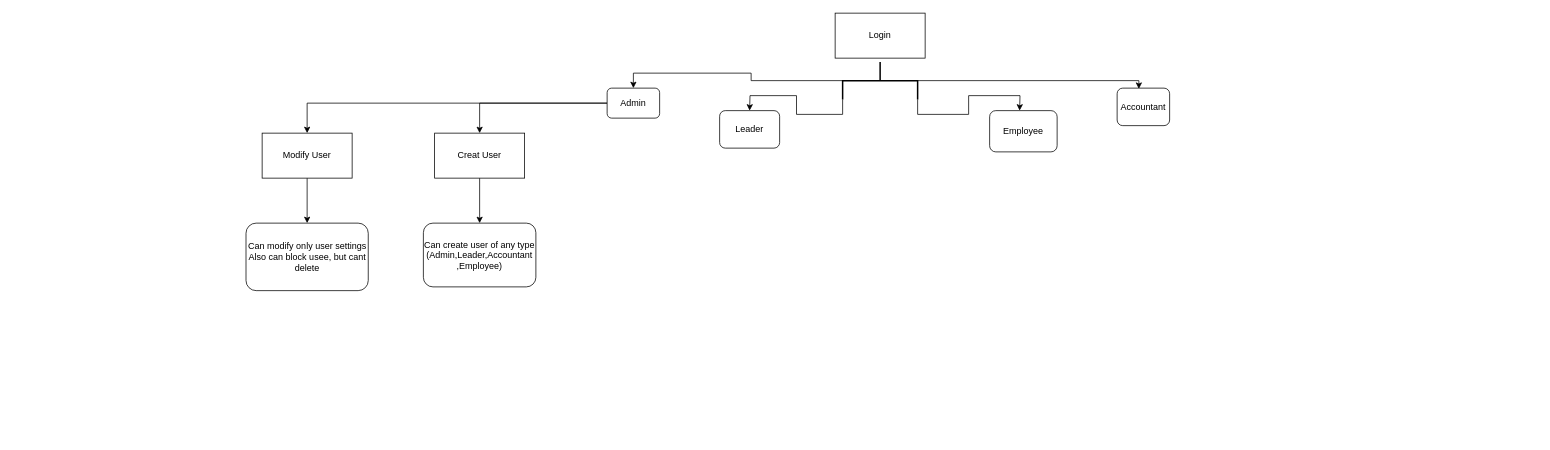
The draw.io diagram Untitled Diagram.drawio in svmr2021/OsgCrm, before the edit. Source tidied: cells renumbered, new cells numbered last; positions are measured from the earlier drawing's top-left corner, leaving out a move shared by most shapes. Both pictures are drawn from the tidied source at 75%, with x=0, y=0 at pixel (245, 13).
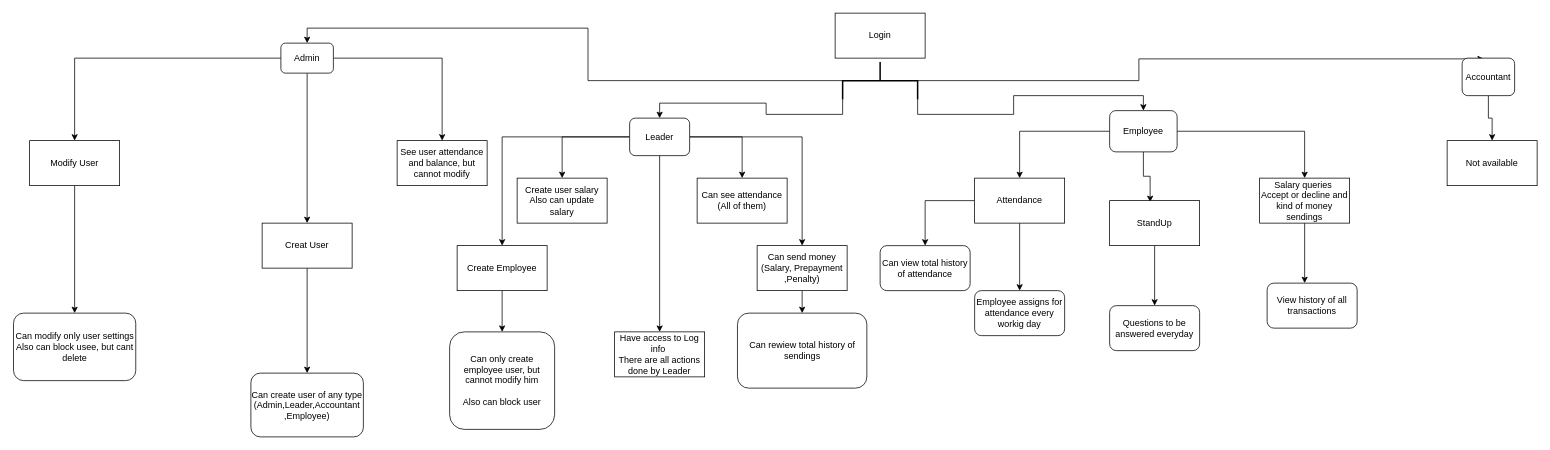
After the change.

Unchanged cells that the change refers to:
```xml
<mxCell id="7" style="strokeWidth=2;html=1;shape=mxgraph.flowchart.annotation_2;align=left;labelPosition=right;rotation=90;" parent="1" vertex="1">
  <mxGeometry x="821" y="40" width="50" height="100" as="geometry" />
</mxCell>
```

Diff of the diagram source:
```diff
@@
-    <mxCell id="5" style="edgeStyle=orthogonalEdgeStyle;rounded=0;jettySize=auto;html=1;exitX=1;exitY=1;exitDx=0;exitDy=0;exitPerimeter=0;" parent="1" edge="1" source="7">
-      <mxGeometry relative="1" as="geometry">
-        <mxPoint x="672" y="130" as="targetPoint" />
-      </mxGeometry>
+    <mxCell id="5" style="edgeStyle=orthogonalEdgeStyle;rounded=0;jettySize=auto;html=1;exitX=1;exitY=1;exitDx=0;exitDy=0;exitPerimeter=0;entryX=0.5;entryY=0;entryDx=0;entryDy=0;" parent="1" edge="1" source="7" target="11">
+      <mxGeometry relative="1" as="geometry" />
     </mxCell>
-    <mxCell id="6" style="edgeStyle=orthogonalEdgeStyle;rounded=0;jettySize=auto;html=1;exitX=1;exitY=0;exitDx=0;exitDy=0;exitPerimeter=0;" parent="1" edge="1" source="7">
-      <mxGeometry relative="1" as="geometry">
-        <mxPoint x="1032" y="130" as="targetPoint" />
-      </mxGeometry>
+    <mxCell id="6" style="edgeStyle=orthogonalEdgeStyle;rounded=0;jettySize=auto;html=1;exitX=1;exitY=0;exitDx=0;exitDy=0;exitPerimeter=0;entryX=0.5;entryY=0;entryDx=0;entryDy=0;" parent="1" edge="1" source="7" target="13">
+      <mxGeometry relative="1" as="geometry" />
     </mxCell>
@@
+    <mxCell id="20" style="edgeStyle=orthogonalEdgeStyle;rounded=0;jettySize=auto;html=1;entryX=0.5;entryY=0;entryDx=0;entryDy=0;" parent="1" edge="1" source="10" target="30">
+      <mxGeometry relative="1" as="geometry" />
+    </mxCell>
     <mxCell id="10" value="Admin" style="rounded=1;whiteSpace=wrap;html=1;" parent="1" vertex="1">
-      <mxGeometry x="482" y="100" width="70" height="40" as="geometry" />
+      <mxGeometry x="47" y="40" width="70" height="40" as="geometry" />
     </mxCell>
+    <mxCell id="21" style="edgeStyle=orthogonalEdgeStyle;rounded=0;jettySize=auto;html=1;entryX=0.5;entryY=0;entryDx=0;entryDy=0;" parent="1" edge="1" source="11" target="32">
+      <mxGeometry relative="1" as="geometry" />
+    </mxCell>
+    <mxCell id="22" style="edgeStyle=orthogonalEdgeStyle;rounded=0;jettySize=auto;html=1;entryX=0.5;entryY=0;entryDx=0;entryDy=0;" parent="1" edge="1" source="11" target="34">
+      <mxGeometry relative="1" as="geometry" />
+    </mxCell>
+    <mxCell id="23" style="edgeStyle=orthogonalEdgeStyle;rounded=0;jettySize=auto;html=1;exitX=1;exitY=0.5;exitDx=0;exitDy=0;" parent="1" edge="1" source="11" target="36">
+      <mxGeometry relative="1" as="geometry" />
+    </mxCell>
+    <mxCell id="24" style="edgeStyle=orthogonalEdgeStyle;rounded=0;jettySize=auto;html=1;entryX=0.5;entryY=0;entryDx=0;entryDy=0;" parent="1" edge="1" source="11" target="38">
+      <mxGeometry relative="1" as="geometry" />
+    </mxCell>
+    <mxCell id="25" style="edgeStyle=orthogonalEdgeStyle;rounded=0;jettySize=auto;html=1;entryX=0.5;entryY=0;entryDx=0;entryDy=0;" parent="1" edge="1" source="11" target="39">
+      <mxGeometry relative="1" as="geometry" />
+    </mxCell>
     <mxCell id="11" value="Leader" style="rounded=1;whiteSpace=wrap;html=1;" parent="1" vertex="1">
-      <mxGeometry x="632" y="130" width="80" height="50" as="geometry" />
+      <mxGeometry x="512" y="140" width="80" height="50" as="geometry" />
     </mxCell>
+    <mxCell id="26" style="edgeStyle=orthogonalEdgeStyle;rounded=0;jettySize=auto;html=1;" parent="1" edge="1" source="12" target="51">
+      <mxGeometry relative="1" as="geometry" />
+    </mxCell>
     <mxCell id="12" value="Accountant" style="rounded=1;whiteSpace=wrap;html=1;" parent="1" vertex="1">
-      <mxGeometry x="1162" y="100" width="70" height="50" as="geometry" />
+      <mxGeometry x="1622" y="60" width="70" height="50" as="geometry" />
     </mxCell>
+    <mxCell id="27" style="edgeStyle=orthogonalEdgeStyle;rounded=0;jettySize=auto;html=1;" parent="1" edge="1" source="13" target="42">
+      <mxGeometry relative="1" as="geometry" />
+    </mxCell>
+    <mxCell id="28" style="edgeStyle=orthogonalEdgeStyle;rounded=0;jettySize=auto;html=1;entryX=0.45;entryY=0.033;entryDx=0;entryDy=0;entryPerimeter=0;" parent="1" edge="1" source="13" target="45">
+      <mxGeometry relative="1" as="geometry" />
+    </mxCell>
+    <mxCell id="29" style="edgeStyle=orthogonalEdgeStyle;rounded=0;jettySize=auto;html=1;entryX=0.5;entryY=0;entryDx=0;entryDy=0;" parent="1" edge="1" source="13" target="48">
+      <mxGeometry relative="1" as="geometry" />
+    </mxCell>
     <mxCell id="13" value="Employee" style="rounded=1;whiteSpace=wrap;html=1;" parent="1" vertex="1">
-      <mxGeometry x="992" y="130" width="90" height="55" as="geometry" />
+      <mxGeometry x="1152" y="130" width="90" height="55" as="geometry" />
     </mxCell>
@@
     <mxCell id="15" value="Creat User" style="rounded=0;whiteSpace=wrap;html=1;" parent="1" vertex="1">
-      <mxGeometry x="252" y="160" width="120" height="60" as="geometry" />
+      <mxGeometry x="22" y="280" width="120" height="60" as="geometry" />
     </mxCell>
@@
     <mxCell id="17" value="Modify User" style="rounded=0;whiteSpace=wrap;html=1;" parent="1" vertex="1">
-      <mxGeometry x="22" y="160" width="120" height="60" as="geometry" />
+      <mxGeometry x="-288" y="170" width="120" height="60" as="geometry" />
     </mxCell>
     <mxCell id="18" value="Can modify only user settings&lt;br&gt;Also can block usee, but cant delete" style="rounded=1;whiteSpace=wrap;html=1;" parent="1" vertex="1">
-      <mxGeometry x="0.5" y="280" width="163" height="90" as="geometry" />
+      <mxGeometry x="-309.5" y="400" width="163" height="90" as="geometry" />
     </mxCell>
     <mxCell id="19" value="Can create user of any type (Admin,Leader,Accountant&lt;br&gt;,Employee)" style="rounded=1;whiteSpace=wrap;html=1;" parent="1" vertex="1">
-      <mxGeometry x="237" y="280" width="150" height="85" as="geometry" />
+      <mxGeometry x="7" y="480" width="150" height="85" as="geometry" />
     </mxCell>
+    <mxCell id="30" value="See user attendance and balance, but cannot modify" style="rounded=0;whiteSpace=wrap;html=1;" parent="1" vertex="1">
+      <mxGeometry x="202" y="170" width="120" height="60" as="geometry" />
+    </mxCell>
+    <mxCell id="31" style="edgeStyle=orthogonalEdgeStyle;rounded=0;jettySize=auto;html=1;entryX=0;entryY=0.5;entryDx=0;entryDy=0;" parent="1" edge="1" source="32" target="33">
+      <mxGeometry relative="1" as="geometry" />
+    </mxCell>
+    <mxCell id="32" value="Create Employee" style="rounded=0;whiteSpace=wrap;html=1;" parent="1" vertex="1">
+      <mxGeometry x="282" y="310" width="120" height="60" as="geometry" />
+    </mxCell>
+    <mxCell id="33" value="Can only create employee user, but cannot modify him&lt;br&gt;&lt;br&gt;Also can block user" style="rounded=1;whiteSpace=wrap;html=1;direction=south;" parent="1" vertex="1">
+      <mxGeometry x="272" y="425" width="140" height="130" as="geometry" />
+    </mxCell>
+    <mxCell id="34" value="Create user salary&lt;br&gt;Also can update salary" style="rounded=0;whiteSpace=wrap;html=1;" parent="1" vertex="1">
+      <mxGeometry x="362" y="220" width="120" height="60" as="geometry" />
+    </mxCell>
+    <mxCell id="35" style="edgeStyle=orthogonalEdgeStyle;rounded=0;jettySize=auto;html=1;exitX=0.5;exitY=1;exitDx=0;exitDy=0;entryX=0.5;entryY=0;entryDx=0;entryDy=0;" parent="1" edge="1" source="36" target="37">
+      <mxGeometry relative="1" as="geometry" />
+    </mxCell>
+    <mxCell id="36" value="Can send money&lt;br&gt;(Salary, Prepayment&lt;br&gt;,Penalty)" style="rounded=0;whiteSpace=wrap;html=1;" parent="1" vertex="1">
+      <mxGeometry x="682" y="310" width="120" height="60" as="geometry" />
+    </mxCell>
+    <mxCell id="37" value="Can rewiew total history of sendings&lt;br&gt;" style="rounded=1;whiteSpace=wrap;html=1;" parent="1" vertex="1">
+      <mxGeometry x="655.8" y="400" width="172.5" height="100" as="geometry" />
+    </mxCell>
+    <mxCell id="38" value="Can see attendance&lt;br&gt;(All of them)" style="rounded=0;whiteSpace=wrap;html=1;" parent="1" vertex="1">
+      <mxGeometry x="602" y="220" width="120" height="60" as="geometry" />
+    </mxCell>
+    <mxCell id="39" value="Have access to Log info&amp;nbsp;&lt;br&gt;There are all actions done by Leader" style="rounded=0;whiteSpace=wrap;html=1;" parent="1" vertex="1">
+      <mxGeometry x="492" y="425" width="120" height="60" as="geometry" />
+    </mxCell>
+    <mxCell id="40" style="edgeStyle=orthogonalEdgeStyle;rounded=0;jettySize=auto;html=1;" parent="1" edge="1" source="42" target="43">
+      <mxGeometry relative="1" as="geometry" />
+    </mxCell>
+    <mxCell id="41" style="edgeStyle=orthogonalEdgeStyle;rounded=0;jettySize=auto;html=1;" parent="1" edge="1" source="42" target="50">
+      <mxGeometry relative="1" as="geometry" />
+    </mxCell>
+    <mxCell id="42" value="Attendance" style="rounded=0;whiteSpace=wrap;html=1;" parent="1" vertex="1">
+      <mxGeometry x="972" y="220" width="120" height="60" as="geometry" />
+    </mxCell>
+    <mxCell id="43" value="Employee assigns for&lt;br&gt;attendance every workig day" style="rounded=1;whiteSpace=wrap;html=1;" parent="1" vertex="1">
+      <mxGeometry x="972" y="370" width="120" height="60" as="geometry" />
+    </mxCell>
+    <mxCell id="44" style="edgeStyle=orthogonalEdgeStyle;rounded=0;jettySize=auto;html=1;entryX=0.5;entryY=0;entryDx=0;entryDy=0;" parent="1" edge="1" source="45" target="46">
+      <mxGeometry relative="1" as="geometry" />
+    </mxCell>
+    <mxCell id="45" value="StandUp" style="rounded=0;whiteSpace=wrap;html=1;" parent="1" vertex="1">
+      <mxGeometry x="1152" y="250" width="120" height="60" as="geometry" />
+    </mxCell>
+    <mxCell id="46" value="Questions to be answered everyday" style="rounded=1;whiteSpace=wrap;html=1;" parent="1" vertex="1">
+      <mxGeometry x="1152" y="390" width="120" height="60" as="geometry" />
+    </mxCell>
+    <mxCell id="47" style="edgeStyle=orthogonalEdgeStyle;rounded=0;jettySize=auto;html=1;entryX=0.417;entryY=0;entryDx=0;entryDy=0;entryPerimeter=0;" parent="1" edge="1" source="48" target="49">
+      <mxGeometry relative="1" as="geometry" />
+    </mxCell>
+    <mxCell id="48" value="Salary queries&amp;nbsp;&lt;br&gt;Accept or decline and kind of money sendings" style="rounded=0;whiteSpace=wrap;html=1;" parent="1" vertex="1">
+      <mxGeometry x="1352" y="220" width="120" height="60" as="geometry" />
+    </mxCell>
+    <mxCell id="49" value="View history of all transactions" style="rounded=1;whiteSpace=wrap;html=1;" parent="1" vertex="1">
+      <mxGeometry x="1362" y="360" width="120" height="60" as="geometry" />
+    </mxCell>
+    <mxCell id="50" value="Can view total history&lt;br&gt;of attendance" style="rounded=1;whiteSpace=wrap;html=1;" parent="1" vertex="1">
+      <mxGeometry x="846" y="310" width="120" height="60" as="geometry" />
+    </mxCell>
+    <mxCell id="51" value="Not available" style="rounded=0;whiteSpace=wrap;html=1;" parent="1" vertex="1">
+      <mxGeometry x="1602" y="170" width="120" height="60" as="geometry" />
+    </mxCell>
```
